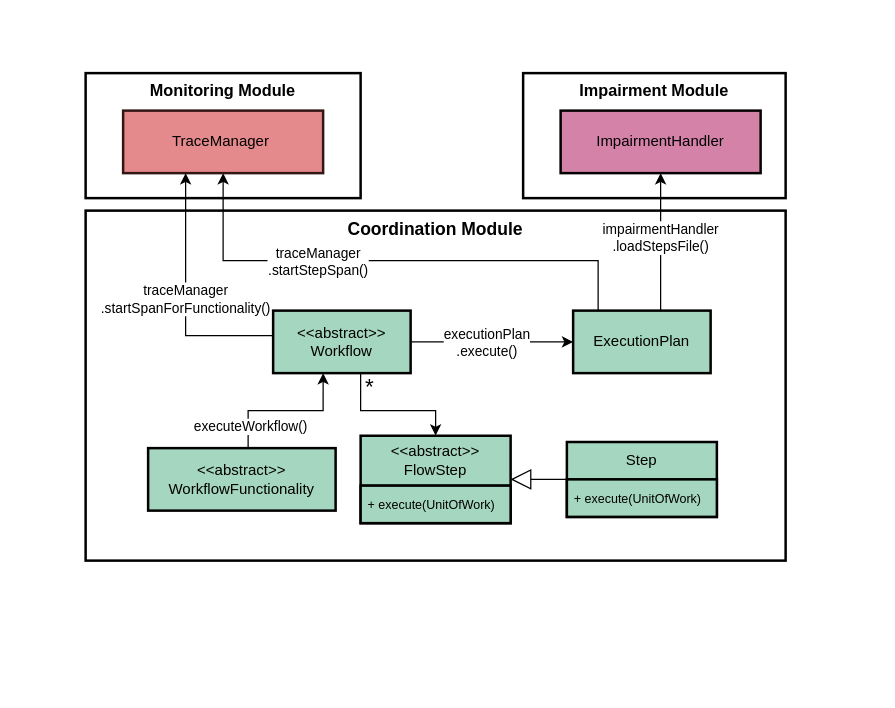
Above: data/figs/architecture/layers/layers_coordination.drawio in socialsoftware/microservices-simulator (draw.io), before the change. Source tidied: cells renumbered, new cells numbered last; positions are measured from the earlier drawing's top-left corner, leaving out a move shared by most shapes. Both pictures are drawn from the tidied source at 125%, with x=0, y=0 at pixel (85, 72).
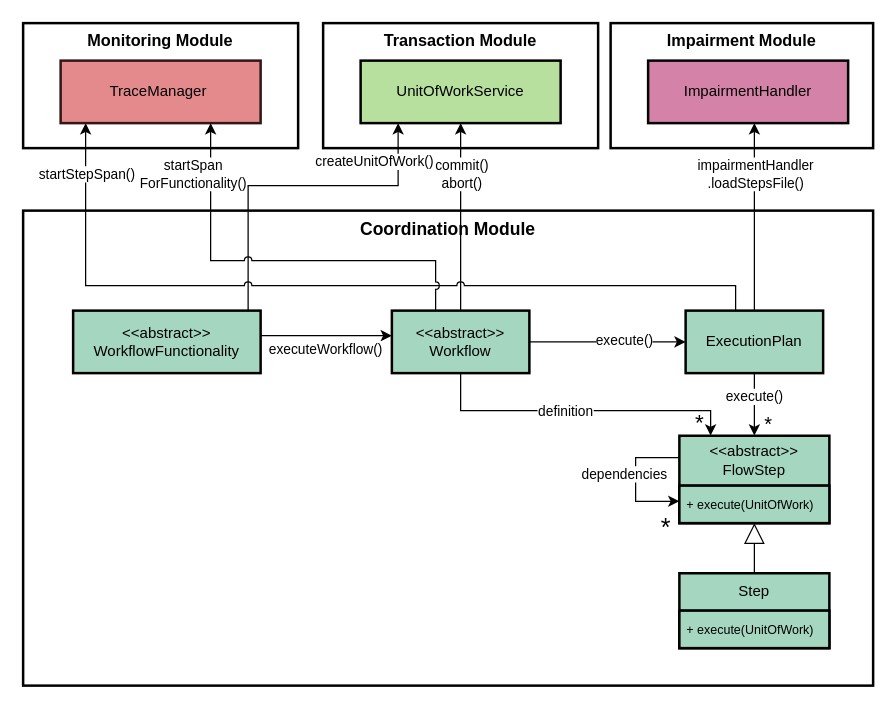
The same page after the edit.

Diff of the diagram source:
```diff
@@
+    <mxCell id="8" value="Impairment Module" style="whiteSpace=wrap;strokeWidth=2;verticalAlign=top;fontSize=13;fontStyle=1;" parent="1" vertex="1">
+      <mxGeometry x="420" y="-40" width="210" height="100" as="geometry" />
+    </mxCell>
+    <mxCell id="9" value="Monitoring Module" style="whiteSpace=wrap;strokeWidth=2;verticalAlign=top;fontSize=13;fontStyle=1;" parent="1" vertex="1">
+      <mxGeometry x="-50" y="-40" width="220" height="100" as="geometry" />
+    </mxCell>
+    <mxCell id="27" value="Transaction Module" style="whiteSpace=wrap;strokeWidth=2;verticalAlign=top;fontSize=13;fontStyle=1;" parent="1" vertex="1">
+      <mxGeometry x="190" y="-40" width="220" height="100" as="geometry" />
+    </mxCell>
     <mxCell id="2" value="Coordination Module" style="whiteSpace=wrap;strokeWidth=2;verticalAlign=top;fontSize=14;fontStyle=1;" parent="1" vertex="1">
-      <mxGeometry y="110" width="560" height="280" as="geometry" />
+      <mxGeometry x="-50" y="110" width="680" height="380" as="geometry" />
     </mxCell>
+    <mxCell id="28" style="edgeStyle=orthogonalEdgeStyle;rounded=0;jettySize=auto;html=1;" parent="1" edge="1" source="3" target="36">
+      <mxGeometry relative="1" as="geometry">
+        <Array as="points">
+          <mxPoint x="130" y="90" />
+          <mxPoint x="250" y="90" />
+        </Array>
+      </mxGeometry>
+    </mxCell>
+    <mxCell id="29" value="createUnitOfWork()" style="edgeLabel;html=1;align=center;verticalAlign=middle;" parent="28" vertex="1">
+      <mxGeometry x="0.25" y="-1" relative="1" as="geometry">
+        <mxPoint x="31" y="-21" as="offset" />
+      </mxGeometry>
+    </mxCell>
     <mxCell id="3" value="&lt;&lt;abstract&gt;&gt;&#10;WorkflowFunctionality" style="whiteSpace=wrap;strokeWidth=2;fillColor=#A5D6BF;strokeColor=#000000;" parent="1" vertex="1">
-      <mxGeometry x="50" y="300" width="150" height="50" as="geometry" />
+      <mxGeometry x="-10" y="190" width="150" height="50" as="geometry" />
     </mxCell>
+    <mxCell id="30" style="edgeStyle=orthogonalEdgeStyle;rounded=0;jettySize=auto;html=1;" parent="1" edge="1" source="4" target="25">
+      <mxGeometry relative="1" as="geometry" />
+    </mxCell>
+    <mxCell id="31" value="execute()" style="edgeLabel;html=1;align=center;verticalAlign=middle;" parent="30" vertex="1">
+      <mxGeometry x="-0.28" y="-1" relative="1" as="geometry" />
+    </mxCell>
+    <mxCell id="32" value="*" style="edgeLabel;html=1;align=center;verticalAlign=middle;labelBackgroundColor=none;fontSize=16;" parent="30" vertex="1">
+      <mxGeometry x="0.33" y="1" relative="1" as="geometry">
+        <mxPoint x="9" y="7" as="offset" />
+      </mxGeometry>
+    </mxCell>
     <mxCell id="4" value="ExecutionPlan" style="whiteSpace=wrap;strokeWidth=2;fillColor=#A5D6BF;strokeColor=#000000;" parent="1" vertex="1">
-      <mxGeometry x="390" y="190" width="110" height="50" as="geometry" />
+      <mxGeometry x="480" y="190" width="110" height="50" as="geometry" />
     </mxCell>
-    <mxCell id="5" style="edgeStyle=orthogonalEdgeStyle;rounded=0;jettySize=auto;html=1;" parent="1" edge="1" source="7" target="4">
+    <mxCell id="5" style="edgeStyle=orthogonalEdgeStyle;rounded=0;jettySize=auto;html=1;jumpStyle=arc;" parent="1" edge="1" source="7" target="4">
       <mxGeometry relative="1" as="geometry" />
     </mxCell>
-    <mxCell id="6" value="executionPlan&lt;div&gt;.execute()&lt;/div&gt;" style="edgeLabel;html=1;align=center;verticalAlign=middle;" parent="5" vertex="1">
-      <mxGeometry x="-0.26" y="-2" relative="1" as="geometry">
+    <mxCell id="6" value="&lt;div&gt;execute()&lt;/div&gt;" style="edgeLabel;html=1;align=center;verticalAlign=middle;" parent="5" vertex="1">
+      <mxGeometry relative="1" as="geometry">
         <mxPoint x="12" y="-2" as="offset" />
       </mxGeometry>
     </mxCell>
+    <mxCell id="33" style="edgeStyle=orthogonalEdgeStyle;rounded=0;jettySize=auto;html=1;jumpStyle=arc;" parent="1" edge="1" source="7" target="36">
+      <mxGeometry relative="1" as="geometry">
+        <Array as="points">
+          <mxPoint x="300" y="170" />
+          <mxPoint x="300" y="170" />
+        </Array>
+      </mxGeometry>
+    </mxCell>
+    <mxCell id="34" value="commit()&lt;div&gt;abort()&lt;/div&gt;" style="edgeLabel;html=1;align=center;verticalAlign=middle;" parent="33" vertex="1">
+      <mxGeometry relative="1" as="geometry">
+        <mxPoint y="-35" as="offset" />
+      </mxGeometry>
+    </mxCell>
+    <mxCell id="10" style="edgeStyle=orthogonalEdgeStyle;rounded=0;jettySize=auto;html=1;" parent="1" edge="1" source="7" target="25">
+      <mxGeometry relative="1" as="geometry">
+        <Array as="points">
+          <mxPoint x="300" y="270" />
+          <mxPoint x="500" y="270" />
+        </Array>
+      </mxGeometry>
+    </mxCell>
+    <mxCell id="35" value="definition" style="edgeLabel;html=1;align=center;verticalAlign=middle;" parent="10" vertex="1">
+      <mxGeometry x="-0.1" y="-2" relative="1" as="geometry">
+        <mxPoint y="-2" as="offset" />
+      </mxGeometry>
+    </mxCell>
+    <mxCell id="11" value="*" style="edgeLabel;html=1;align=center;verticalAlign=middle;fontSize=18;labelBackgroundColor=none;" parent="10" vertex="1">
+      <mxGeometry x="0.88" y="-1" relative="1" as="geometry">
+        <mxPoint x="-9" y="4" as="offset" />
+      </mxGeometry>
+    </mxCell>
     <mxCell id="7" value="&lt;&lt;abstract&gt;&gt;&#10;Workflow" style="whiteSpace=wrap;strokeWidth=2;fillColor=#A5D6BF;strokeColor=#000000;" parent="1" vertex="1">
-      <mxGeometry x="150" y="190" width="110" height="50" as="geometry" />
+      <mxGeometry x="245" y="190" width="110" height="50" as="geometry" />
     </mxCell>
-    <mxCell id="8" value="Impairment Module" style="whiteSpace=wrap;strokeWidth=2;verticalAlign=top;fontSize=13;fontStyle=1;" parent="1" vertex="1">
-      <mxGeometry x="350" width="210" height="100" as="geometry" />
-    </mxCell>
-    <mxCell id="9" value="Monitoring Module" style="whiteSpace=wrap;strokeWidth=2;verticalAlign=top;fontSize=13;fontStyle=1;" parent="1" vertex="1">
-      <mxGeometry width="220" height="100" as="geometry" />
-    </mxCell>
-    <mxCell id="10" style="startArrow=none;endArrow=classic;rounded=0;edgeStyle=orthogonalEdgeStyle;endFill=1;" parent="1" edge="1" source="7" target="25">
-      <mxGeometry relative="1" as="geometry">
-        <Array as="points">
-          <mxPoint x="220" y="270" />
-          <mxPoint x="280" y="270" />
-        </Array>
-      </mxGeometry>
-    </mxCell>
-    <mxCell id="11" value="*" style="edgeLabel;html=1;align=center;verticalAlign=middle;fontSize=18;labelBackgroundColor=none;" parent="10" vertex="1">
-      <mxGeometry x="-0.86" y="-1" relative="1" as="geometry">
-        <mxPoint x="7" y="2" as="offset" />
-      </mxGeometry>
-    </mxCell>
-    <mxCell id="12" style="startArrow=none;endArrow=classic;rounded=0;edgeStyle=orthogonalEdgeStyle;endFill=1;" parent="1" edge="1" source="3" target="7">
+    <mxCell id="12" style="startArrow=none;endArrow=classic;rounded=0;edgeStyle=orthogonalEdgeStyle;endFill=1;jumpStyle=arc;" parent="1" edge="1" source="3" target="7">
       <mxGeometry relative="1" as="geometry">
         <Array as="points">
-          <mxPoint x="130" y="270" />
-          <mxPoint x="190" y="270" />
+          <mxPoint x="160" y="210" />
+          <mxPoint x="160" y="210" />
         </Array>
       </mxGeometry>
     </mxCell>
     <mxCell id="13" value="executeWorkflow()" style="edgeLabel;html=1;align=center;verticalAlign=middle;" parent="12" vertex="1">
-      <mxGeometry x="-0.68" y="-1" relative="1" as="geometry">
-        <mxPoint y="1" as="offset" />
+      <mxGeometry relative="1" as="geometry">
+        <mxPoint x="-2" y="10" as="offset" />
       </mxGeometry>
     </mxCell>
-    <mxCell id="14" style="startArrow=none;endArrow=classic;strokeWidth=1;rounded=0;edgeStyle=orthogonalEdgeStyle;endFill=1;" parent="1" edge="1" source="4" target="18">
+    <mxCell id="14" style="startArrow=none;endArrow=classic;strokeWidth=1;rounded=0;edgeStyle=orthogonalEdgeStyle;endFill=1;jumpStyle=arc;" parent="1" edge="1" source="4" target="18">
       <mxGeometry relative="1" as="geometry">
         <Array as="points">
-          <mxPoint x="460" y="170" />
-          <mxPoint x="460" y="170" />
+          <mxPoint x="540" y="210" />
         </Array>
       </mxGeometry>
     </mxCell>
     <mxCell id="15" value="impairmentHandler&lt;div&gt;.loadStepsFile()&lt;/div&gt;" style="edgeLabel;html=1;align=center;verticalAlign=middle;" parent="14" vertex="1">
-      <mxGeometry x="-0.13" y="1" relative="1" as="geometry">
-        <mxPoint y="-11" as="offset" />
+      <mxGeometry relative="1" as="geometry">
+        <mxPoint y="-35" as="offset" />
       </mxGeometry>
     </mxCell>
-    <mxCell id="16" style="startArrow=none;endArrow=classic;strokeWidth=1;rounded=0;edgeStyle=orthogonalEdgeStyle;endFill=1;" parent="1" edge="1" source="4" target="19">
+    <mxCell id="16" style="startArrow=none;endArrow=classic;strokeWidth=1;rounded=0;edgeStyle=orthogonalEdgeStyle;endFill=1;jumpStyle=arc;" parent="1" edge="1" source="4" target="19">
       <mxGeometry relative="1" as="geometry">
         <Array as="points">
-          <mxPoint x="410" y="150" />
-          <mxPoint x="110" y="150" />
+          <mxPoint x="520" y="170" />
+          <mxPoint y="170" />
         </Array>
       </mxGeometry>
     </mxCell>
-    <mxCell id="17" value="traceManager&lt;div&gt;.startStepSpan()&lt;/div&gt;" style="edgeLabel;html=1;align=center;verticalAlign=middle;" parent="16" vertex="1">
-      <mxGeometry x="0.06" relative="1" as="geometry">
-        <mxPoint x="-48" as="offset" />
+    <mxCell id="17" value="&lt;div&gt;startStepSpan()&lt;/div&gt;" style="edgeLabel;html=1;align=center;verticalAlign=middle;" parent="16" vertex="1">
+      <mxGeometry relative="1" as="geometry">
+        <mxPoint x="-205" y="-90" as="offset" />
       </mxGeometry>
     </mxCell>
     <mxCell id="18" value="ImpairmentHandler" style="whiteSpace=wrap;strokeWidth=2;fillColor=#D482A8;strokeColor=#050202;" parent="1" vertex="1">
-      <mxGeometry x="380" y="30" width="160" height="50" as="geometry" />
+      <mxGeometry x="450" y="-10" width="160" height="50" as="geometry" />
     </mxCell>
     <mxCell id="19" value="TraceManager " style="whiteSpace=wrap;strokeWidth=2;fillColor=#E58A8C;strokeColor=#331716;" parent="1" vertex="1">
-      <mxGeometry x="30" y="30" width="160" height="50" as="geometry" />
+      <mxGeometry x="-20" y="-10" width="160" height="50" as="geometry" />
     </mxCell>
-    <mxCell id="20" style="edgeStyle=orthogonalEdgeStyle;rounded=0;jettySize=auto;html=1;endArrow=block;endFill=0;endSize=14;strokeWidth=1;" parent="1" edge="1" source="23" target="25">
+    <mxCell id="20" style="edgeStyle=orthogonalEdgeStyle;rounded=0;jettySize=auto;html=1;endArrow=block;endFill=0;endSize=14;strokeWidth=1;jumpStyle=arc;" parent="1" edge="1" source="23" target="25">
       <mxGeometry relative="1" as="geometry" />
     </mxCell>
-    <mxCell id="21" style="edgeStyle=orthogonalEdgeStyle;rounded=0;jettySize=auto;html=1;strokeWidth=1;" parent="1" edge="1" source="7" target="19">
+    <mxCell id="21" style="edgeStyle=orthogonalEdgeStyle;rounded=0;jettySize=auto;html=1;strokeWidth=1;jumpStyle=arc;" parent="1" edge="1" source="7" target="19">
       <mxGeometry relative="1" as="geometry">
         <Array as="points">
-          <mxPoint x="80" y="210" />
+          <mxPoint x="280" y="150" />
+          <mxPoint x="100" y="150" />
         </Array>
       </mxGeometry>
     </mxCell>
-    <mxCell id="22" value="traceManager&lt;div&gt;.startSpanForFunctionality()&lt;/div&gt;" style="edgeLabel;html=1;align=center;verticalAlign=middle;" parent="21" vertex="1">
-      <mxGeometry x="0.12" y="1" relative="1" as="geometry">
-        <mxPoint y="12" as="offset" />
+    <mxCell id="22" value="&lt;div&gt;startSpan&lt;/div&gt;&lt;div&gt;ForFunctionality()&lt;/div&gt;" style="edgeLabel;html=1;align=center;verticalAlign=middle;" parent="21" vertex="1">
+      <mxGeometry relative="1" as="geometry">
+        <mxPoint x="-70" y="-70" as="offset" />
       </mxGeometry>
     </mxCell>
     <mxCell id="23" value="Step" style="swimlane;fontStyle=0;horizontal=1;startSize=30;whiteSpace=wrap;html=1;strokeWidth=2;fillColor=#A5D6BF;" parent="1" vertex="1">
-      <mxGeometry x="385" y="295" width="120" height="60" as="geometry" />
+      <mxGeometry x="475" y="400" width="120" height="60" as="geometry" />
     </mxCell>
@@
     <mxCell id="25" value="&amp;lt;&amp;lt;abstract&amp;gt;&amp;gt;&lt;div&gt;FlowStep&lt;/div&gt;" style="swimlane;fontStyle=0;horizontal=1;startSize=40;whiteSpace=wrap;html=1;strokeWidth=2;fillColor=#A5D6BF;" parent="1" vertex="1">
-      <mxGeometry x="220" y="290" width="120" height="70" as="geometry" />
+      <mxGeometry x="475" y="290" width="120" height="70" as="geometry" />
     </mxCell>
@@
+    <mxCell id="36" value="UnitOfWorkService" style="whiteSpace=wrap;strokeWidth=2;fillColor=#B7DF9E;strokeColor=default;" parent="1" vertex="1">
+      <mxGeometry x="220" y="-10" width="160" height="50" as="geometry" />
+    </mxCell>
+    <mxCell id="37" style="edgeStyle=orthogonalEdgeStyle;rounded=0;orthogonalLoop=1;jettySize=auto;html=1;elbow=vertical;exitX=0;exitY=0.25;exitDx=0;exitDy=0;entryX=0;entryY=0.75;entryDx=0;entryDy=0;" parent="1" edge="1" source="25" target="25">
+      <mxGeometry relative="1" as="geometry">
+        <Array as="points">
+          <mxPoint x="440" y="307" />
+          <mxPoint x="440" y="343" />
+        </Array>
+      </mxGeometry>
+    </mxCell>
+    <mxCell id="38" value="dependencies" style="edgeLabel;html=1;align=center;verticalAlign=middle;" parent="37" vertex="1">
+      <mxGeometry x="0.05" y="1" relative="1" as="geometry">
+        <mxPoint x="-11" y="-7" as="offset" />
+      </mxGeometry>
+    </mxCell>
+    <mxCell id="39" value="*" style="edgeLabel;html=1;align=center;verticalAlign=middle;fontSize=20;labelBackgroundColor=none;" parent="37" vertex="1">
+      <mxGeometry x="-0.76" y="-2" relative="1" as="geometry">
+        <mxPoint x="1" y="57" as="offset" />
+      </mxGeometry>
+    </mxCell>
```
